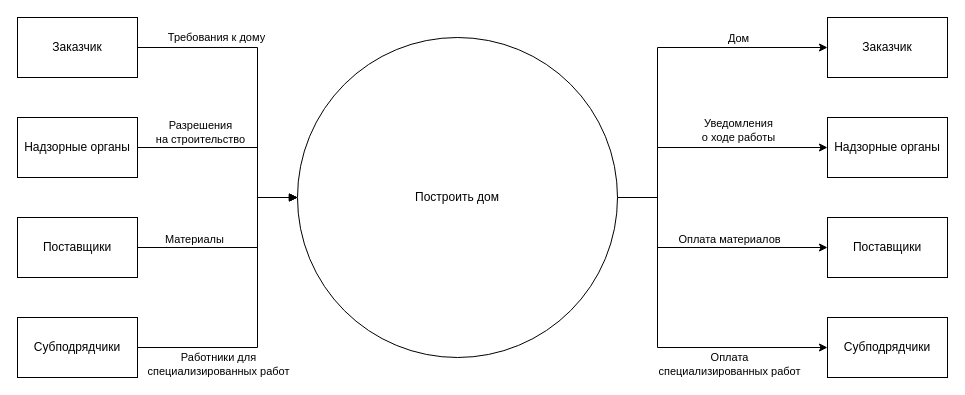
v-tempe/draw.io keeps this draw.io diagram as mbp22.drawio. Above is the earlier version. Source tidied: cells renumbered, new cells numbered last; positions are measured from the earlier drawing's top-left corner, leaving out a move shared by most shapes. Both pictures are drawn from the tidied source at 100%, with x=0, y=0 at pixel (17, 17).
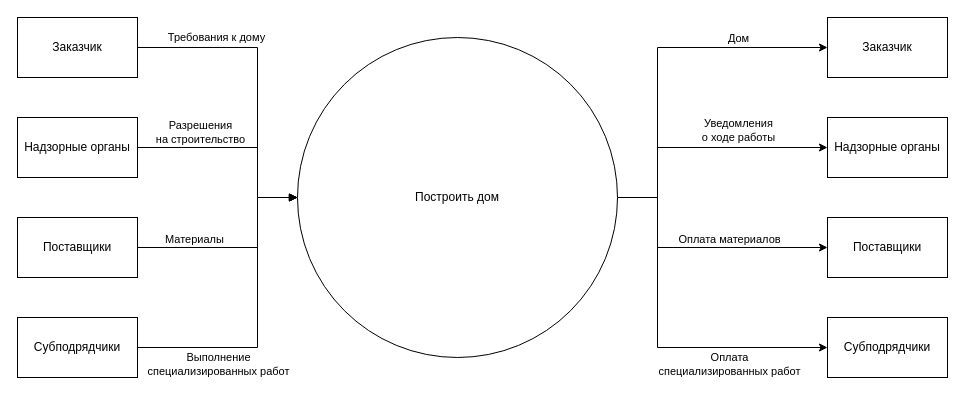
Above is the later version.

Unchanged cells that the change refers to:
```xml
<mxCell id="20" style="edgeStyle=orthogonalEdgeStyle;rounded=0;jettySize=auto;html=1;exitX=1;exitY=0.5;exitDx=0;exitDy=0;entryX=0;entryY=0.5;entryDx=0;entryDy=0;endArrow=block;endFill=1;" parent="1" edge="1" source="22" target="10">
  <mxGeometry relative="1" as="geometry">
    <Array as="points">
      <mxPoint x="240" y="330" />
      <mxPoint x="240" y="180" />
    </Array>
  </mxGeometry>
</mxCell>
```

Diff of the diagram source:
```diff
@@
-    <mxCell id="21" value="Работники для&lt;div&gt;специализированных работ&lt;/div&gt;" style="edgeLabel;html=1;align=center;verticalAlign=middle;labelBackgroundColor=none;" parent="20" vertex="1">
+    <mxCell id="21" value="Выполнение&lt;div&gt;специализированных работ&lt;/div&gt;" style="edgeLabel;html=1;align=center;verticalAlign=middle;labelBackgroundColor=none;" parent="20" vertex="1">
       <mxGeometry x="-0.61" y="-1" relative="1" as="geometry">
         <mxPoint x="20" y="15" as="offset" />
       </mxGeometry>
     </mxCell>
```
